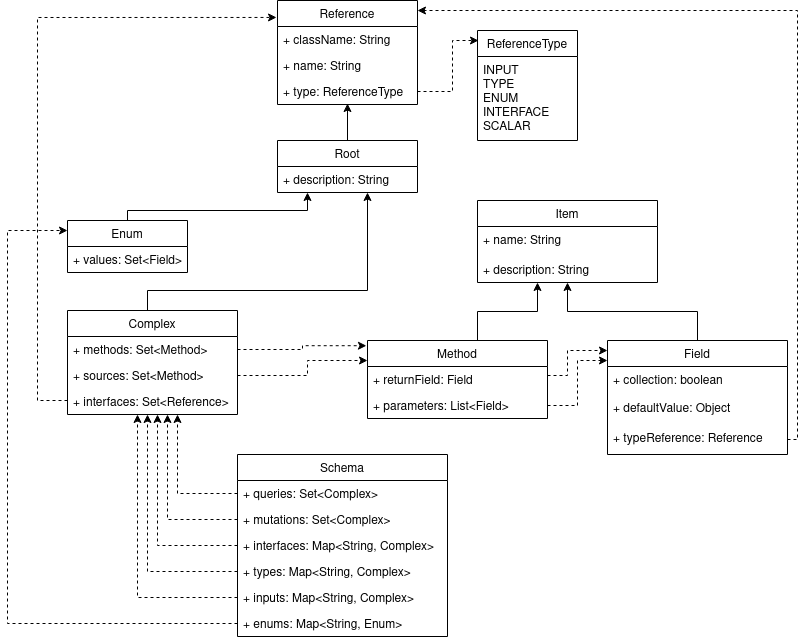
Above: schema-model/classdiagram.png in smallrye/smallrye-graphql (draw.io), before the change. Source tidied: cells renumbered, new cells last; positions are measured from the earlier drawing's top-left corner, leaving out a move shared by most shapes.
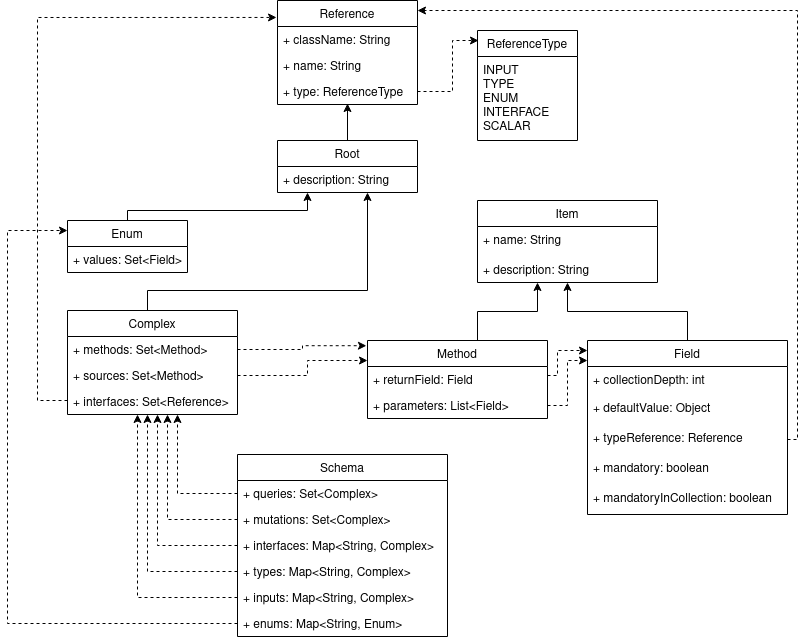
The same file after the commit.

Diff of the diagram source:
```diff
@@ -56,8 +56,8 @@
     <mxCell id="9" style="edgeStyle=orthogonalEdgeStyle;rounded=0;jettySize=auto;html=1;dashed=1;" parent="1" edge="1" source="38" target="32">
       <mxGeometry relative="1" as="geometry">
         <Array as="points">
-          <mxPoint x="570" y="405" />
-          <mxPoint x="570" y="360" />
+          <mxPoint x="560" y="405" />
+          <mxPoint x="560" y="360" />
         </Array>
       </mxGeometry>
     </mxCell>
@@ -108,8 +108,8 @@
       <mxGeometry relative="1" as="geometry">
         <Array as="points">
           <mxPoint x="540" y="375" />
-          <mxPoint x="560" y="375" />
-          <mxPoint x="560" y="350" />
+          <mxPoint x="550" y="375" />
+          <mxPoint x="550" y="350" />
         </Array>
       </mxGeometry>
     </mxCell>
@@ -169,17 +169,23 @@
       <mxGeometry relative="1" as="geometry" />
     </mxCell>
     <mxCell id="32" value="Field" style="swimlane;fontStyle=0;horizontal=1;startSize=26;fillColor=none;" parent="1" vertex="1">
-      <mxGeometry x="600" y="340" width="180" height="114" as="geometry" />
+      <mxGeometry x="580" y="340" width="200" height="174" as="geometry" />
     </mxCell>
-    <mxCell id="33" value="+ collection: boolean" style="text;strokeColor=none;fillColor=none;align=left;verticalAlign=top;spacingLeft=4;spacingRight=4;overflow=hidden;" parent="32" vertex="1">
-      <mxGeometry y="26" width="180" height="28" as="geometry" />
+    <mxCell id="33" value="+ collectionDepth: int" style="text;strokeColor=none;fillColor=none;align=left;verticalAlign=top;spacingLeft=4;spacingRight=4;overflow=hidden;" parent="32" vertex="1">
+      <mxGeometry y="26" width="200" height="28" as="geometry" />
     </mxCell>
     <mxCell id="34" value="+ defaultValue: Object&#10;&#10;" style="text;strokeColor=none;fillColor=none;align=left;verticalAlign=top;spacingLeft=4;spacingRight=4;overflow=hidden;" parent="32" vertex="1">
-      <mxGeometry y="54" width="180" height="30" as="geometry" />
+      <mxGeometry y="54" width="200" height="30" as="geometry" />
     </mxCell>
     <mxCell id="35" value="+ typeReference: Reference&#10;&#10;" style="text;strokeColor=none;fillColor=none;align=left;verticalAlign=top;spacingLeft=4;spacingRight=4;overflow=hidden;points=[[0,0.5],[1,0.5]];portConstraint=eastwest;" parent="32" vertex="1">
-      <mxGeometry y="84" width="180" height="30" as="geometry" />
+      <mxGeometry y="84" width="200" height="30" as="geometry" />
     </mxCell>
+    <mxCell id="51" value="+ mandatory: boolean&#10;&#10;" style="text;strokeColor=none;fillColor=none;align=left;verticalAlign=top;spacingLeft=4;spacingRight=4;overflow=hidden;" parent="32" vertex="1">
+      <mxGeometry y="114" width="200" height="30" as="geometry" />
+    </mxCell>
+    <mxCell id="52" value="+ mandatoryInCollection: boolean&#10;&#10;" style="text;strokeColor=none;fillColor=none;align=left;verticalAlign=top;spacingLeft=4;spacingRight=4;overflow=hidden;" parent="32" vertex="1">
+      <mxGeometry y="144" width="200" height="30" as="geometry" />
+    </mxCell>
     <mxCell id="36" value="Method" style="swimlane;fontStyle=0;horizontal=1;startSize=26;fillColor=none;" parent="1" vertex="1">
       <mxGeometry x="360" y="340" width="180" height="78" as="geometry" />
     </mxCell>
```
